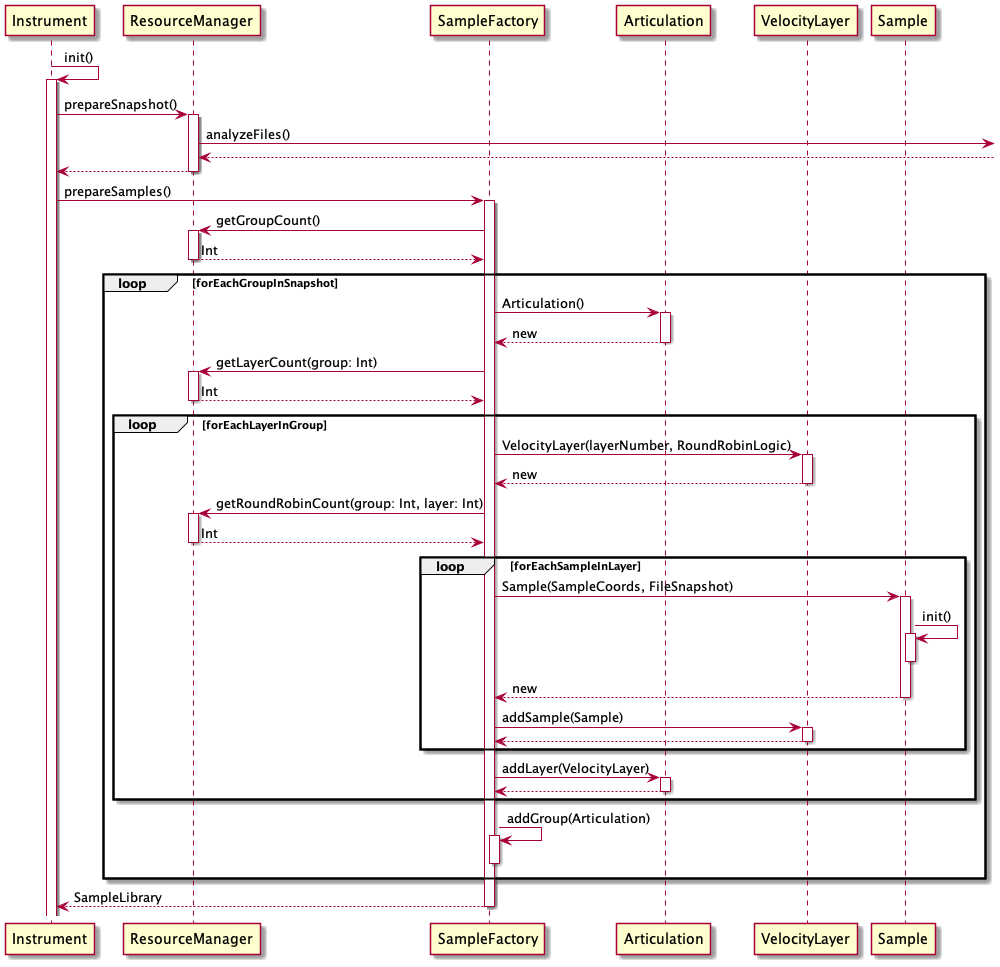
tunepruner/FingerPerc keeps this PlantUML diagram as app/Documentation/RenderedImages/prepareSamplesSequence.png. Above is the earlier version. The source it was exported from:
```plantuml
@startuml
Instrument->Instrument++: init()

Instrument->ResourceManager++: prepareSnapshot()
ResourceManager->: analyzeFiles()
ResourceManager<--

return
Instrument-> SampleFactory++: prepareSamples()
SampleFactory->ResourceManager++: getGroupCount()
return Int

loop forEachGroupInSnapshot
SampleFactory->Articulation++: Articulation()
return new
SampleFactory->ResourceManager++: getLayerCount(group: Int)
return Int
loop forEachLayerInGroup
SampleFactory->VelocityLayer++: VelocityLayer(layerNumber, RoundRobinLogic)
return new
SampleFactory->ResourceManager++: getRoundRobinCount(group: Int, layer: Int)
return Int
loop forEachSampleInLayer
SampleFactory->Sample++: Sample(SampleCoords, FileSnapshot)
Sample->Sample++: init()

deactivate
return new
SampleFactory->VelocityLayer++: addSample(Sample)
return
end loop
SampleFactory->Articulation++:addLayer(VelocityLayer)
return
end loop
SampleFactory->SampleFactory++: addGroup(Articulation)
deactivate
end loop

return SampleLibrary

@enduml
```
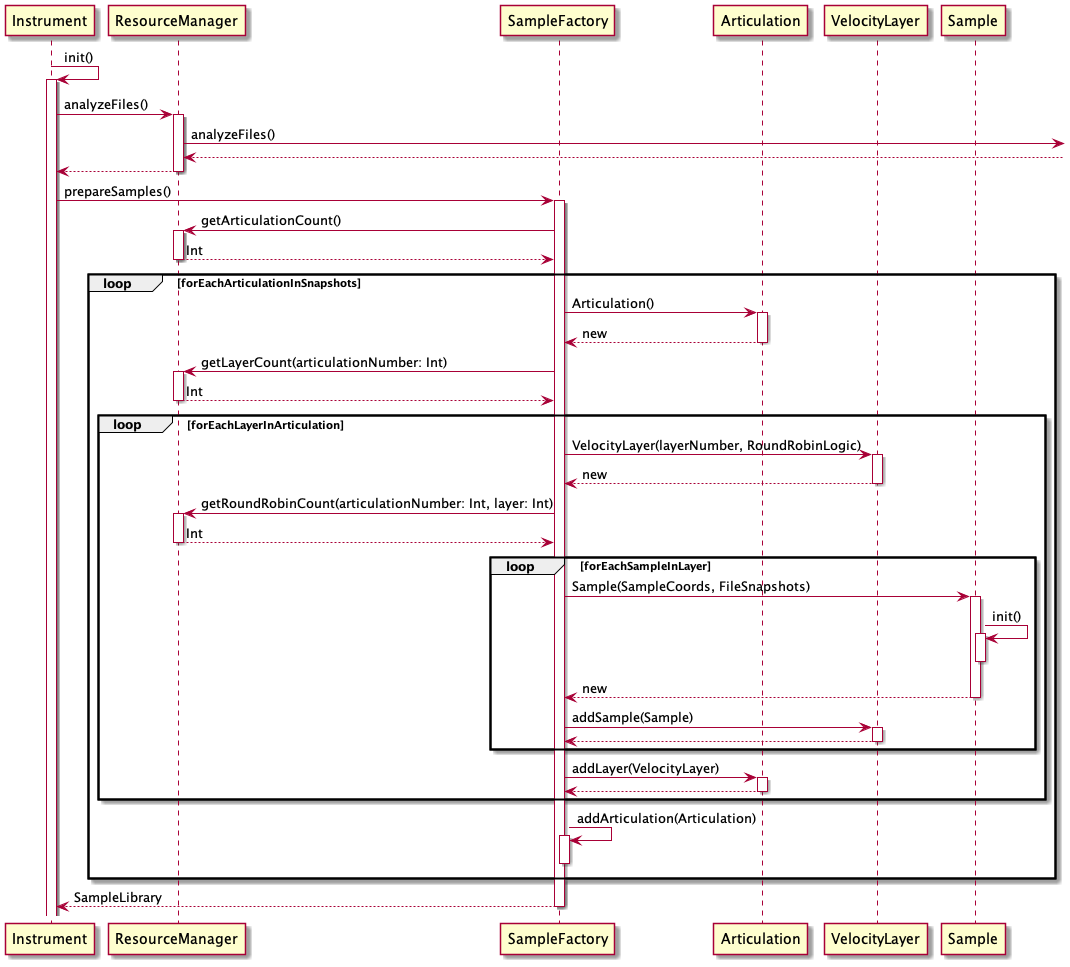
Later version of the same file.

What changed in the source:
```diff
@@ -1,27 +1,27 @@
 @startuml
 Instrument->Instrument++: init()
 
-Instrument->ResourceManager++: prepareSnapshot()
+Instrument->ResourceManager++: analyzeFiles()
 ResourceManager->: analyzeFiles()
 ResourceManager<--
 
 return
 Instrument-> SampleFactory++: prepareSamples()
-SampleFactory->ResourceManager++: getGroupCount()
+SampleFactory->ResourceManager++: getArticulationCount()
 return Int
 
-loop forEachGroupInSnapshot
+loop forEachArticulationInSnapshots
 SampleFactory->Articulation++: Articulation()
 return new
-SampleFactory->ResourceManager++: getLayerCount(group: Int)
+SampleFactory->ResourceManager++: getLayerCount(articulationNumber: Int)
 return Int
-loop forEachLayerInGroup
+loop forEachLayerInArticulation
 SampleFactory->VelocityLayer++: VelocityLayer(layerNumber, RoundRobinLogic)
 return new
-SampleFactory->ResourceManager++: getRoundRobinCount(group: Int, layer: Int)
+SampleFactory->ResourceManager++: getRoundRobinCount(articulationNumber: Int, layer: Int)
 return Int
 loop forEachSampleInLayer
-SampleFactory->Sample++: Sample(SampleCoords, FileSnapshot)
+SampleFactory->Sample++: Sample(SampleCoords, FileSnapshots)
 Sample->Sample++: init()
 
 deactivate
@@ -32,7 +32,7 @@
 SampleFactory->Articulation++:addLayer(VelocityLayer)
 return
 end loop
-SampleFactory->SampleFactory++: addGroup(Articulation)
+SampleFactory->SampleFactory++: addArticulation(Articulation)
 deactivate
 end loop
 
```
